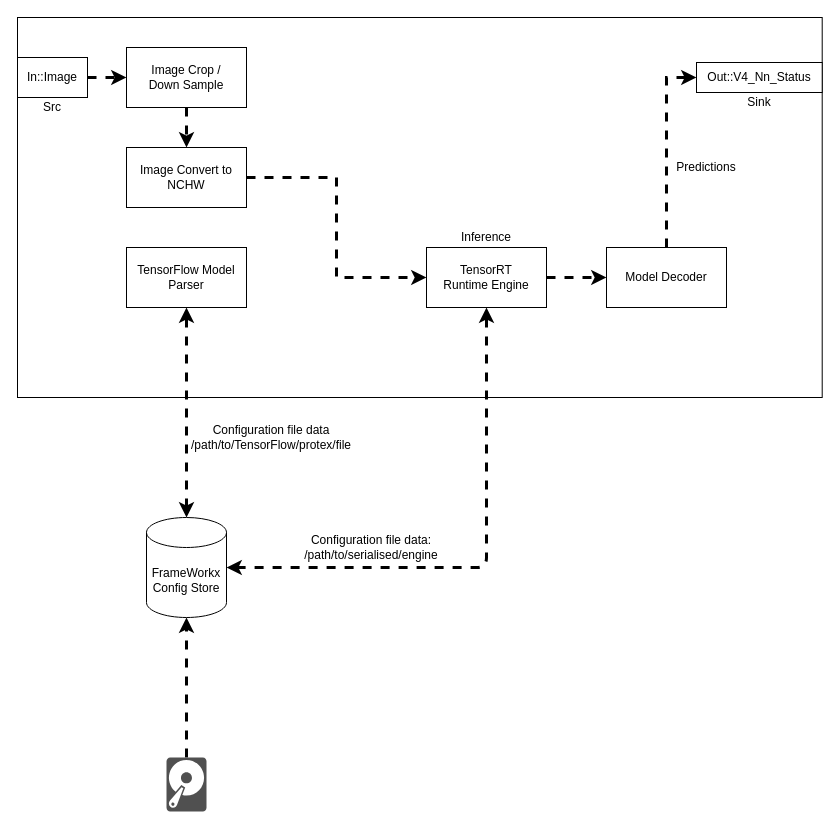
mj8ac/hello-world keeps this draw.io diagram as drdc_frameworkx_block_d.drawio. Above is the earlier version. Source tidied: cells renumbered, new cells numbered last; positions are measured from the earlier drawing's top-left corner, leaving out a move shared by most shapes. Both pictures are drawn from the tidied source at 100%, with x=0, y=0 at pixel (17, 17).
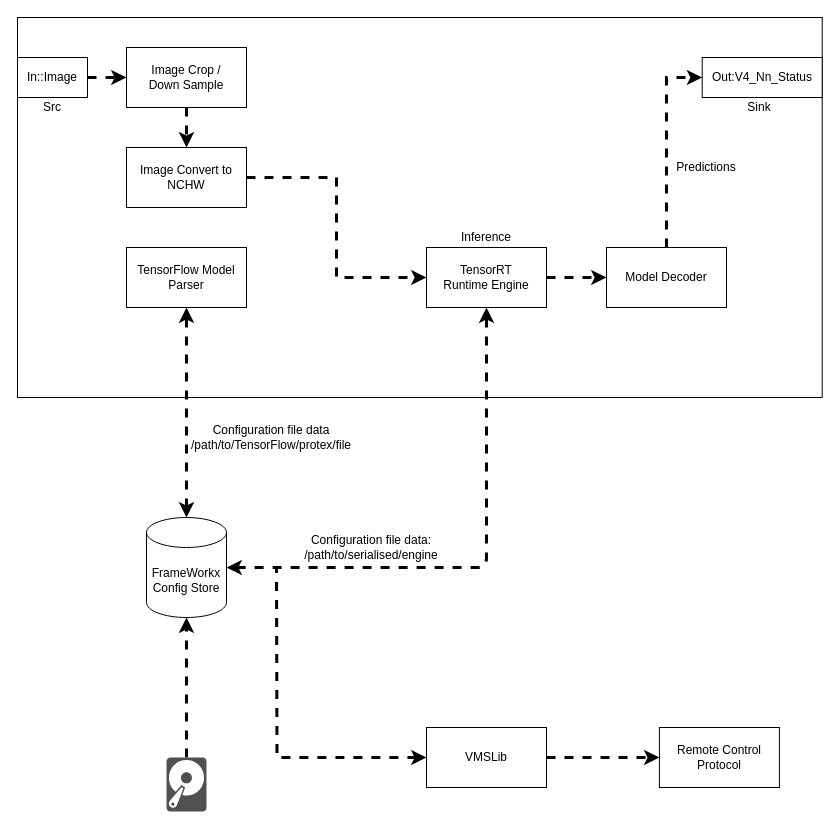
Above is the later version.

Unchanged cells that the change refers to:
```xml
<mxCell id="25" value="Model Decoder" style="rounded=0;whiteSpace=wrap;html=1;" parent="1" vertex="1">
  <mxGeometry x="589" y="230" width="120" height="60" as="geometry" />
</mxCell>
```

What changed in the source:
```diff
@@
-    <mxCell id="6" value="Out::V4_Nn_Status" style="rounded=0;whiteSpace=wrap;html=1;" parent="1" vertex="1">
-      <mxGeometry x="679" y="45" width="125.7" height="30" as="geometry" />
-    </mxCell>
     <mxCell id="7" value="Sink" style="text;html=1;strokeColor=none;fillColor=none;align=center;verticalAlign=middle;whiteSpace=wrap;rounded=0;" parent="1" vertex="1">
-      <mxGeometry x="721.9" y="75" width="40" height="20" as="geometry" />
+      <mxGeometry x="721.9" y="80" width="40" height="20" as="geometry" />
     </mxCell>
@@
-    <mxCell id="24" style="edgeStyle=orthogonalEdgeStyle;rounded=0;jettySize=auto;html=1;exitX=0.5;exitY=0;exitDx=0;exitDy=0;entryX=0;entryY=0.5;entryDx=0;entryDy=0;dashed=1;strokeWidth=3;" parent="1" edge="1" source="25" target="6">
+    <mxCell id="24" style="edgeStyle=orthogonalEdgeStyle;rounded=0;jettySize=auto;html=1;exitX=0.5;exitY=0;exitDx=0;exitDy=0;entryX=0;entryY=0.5;entryDx=0;entryDy=0;dashed=1;strokeWidth=3;" parent="1" edge="1" source="25" target="30">
       <mxGeometry relative="1" as="geometry" />
     </mxCell>
@@
+    <mxCell id="26" style="edgeStyle=orthogonalEdgeStyle;rounded=0;jettySize=auto;html=1;exitX=0;exitY=0.5;exitDx=0;exitDy=0;strokeWidth=3;dashed=1;endArrow=none;endFill=0;startArrow=classic;startFill=1;" parent="1" edge="1" source="28">
+      <mxGeometry relative="1" as="geometry">
+        <mxPoint x="259" y="550" as="targetPoint" />
+      </mxGeometry>
+    </mxCell>
+    <mxCell id="27" style="edgeStyle=orthogonalEdgeStyle;rounded=0;jettySize=auto;html=1;exitX=1;exitY=0.5;exitDx=0;exitDy=0;dashed=1;startArrow=none;startFill=0;endArrow=classic;endFill=1;strokeWidth=3;entryX=0;entryY=0.5;entryDx=0;entryDy=0;" parent="1" edge="1" source="28" target="29">
+      <mxGeometry relative="1" as="geometry" />
+    </mxCell>
+    <mxCell id="28" value="VMSLib" style="rounded=0;whiteSpace=wrap;html=1;" parent="1" vertex="1">
+      <mxGeometry x="409" y="710" width="120" height="60" as="geometry" />
+    </mxCell>
+    <mxCell id="29" value="Remote Control&lt;br&gt;Protocol" style="rounded=0;whiteSpace=wrap;html=1;" parent="1" vertex="1">
+      <mxGeometry x="641.9" y="710" width="120" height="60" as="geometry" />
+    </mxCell>
+    <mxCell id="30" value="Out:V4_Nn_Status" style="rounded=0;whiteSpace=wrap;html=1;" parent="1" vertex="1">
+      <mxGeometry x="684.7" y="40" width="120" height="40" as="geometry" />
+    </mxCell>
```
